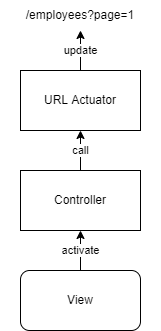
Above: .gitbook/assets/actuator_url_flow.drawio.png in Bernardo-MG/development-docs-architecture (draw.io), before the change. Source tidied: cells renumbered, new cells last; positions are measured from the earlier drawing's top-left corner, leaving out a move shared by most shapes.
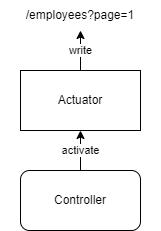
Above is the later version.

Diff of the diagram source:
```diff
@@ -2,19 +2,13 @@
   <root>
     <mxCell id="0" />
     <mxCell id="1" parent="0" />
-    <mxCell id="2" value="URL Actuator" style="rounded=0;whiteSpace=wrap;html=1;" parent="1" vertex="1">
+    <mxCell id="2" value="Actuator" style="rounded=0;whiteSpace=wrap;html=1;" parent="1" vertex="1">
       <mxGeometry x="20" y="70" width="120" height="60" as="geometry" />
     </mxCell>
     <mxCell id="3" value="/employees?page=1" style="text;html=1;strokeColor=none;fillColor=none;align=center;verticalAlign=middle;whiteSpace=wrap;rounded=0;" parent="1" vertex="1">
       <mxGeometry width="160" height="30" as="geometry" />
     </mxCell>
-    <mxCell id="4" value="View" style="rounded=1;whiteSpace=wrap;html=1;" parent="1" vertex="1">
-      <mxGeometry x="20" y="270" width="120" height="60" as="geometry" />
-    </mxCell>
-    <mxCell id="5" value="activate" style="endArrow=classic;html=1;rounded=0;edgeStyle=orthogonalEdgeStyle;entryX=0.5;entryY=1;entryDx=0;entryDy=0;" parent="1" edge="1" source="4" target="7">
-      <mxGeometry relative="1" as="geometry" />
-    </mxCell>
-    <mxCell id="6" value="update" style="endArrow=classic;html=1;rounded=0;edgeStyle=orthogonalEdgeStyle;" parent="1" edge="1" source="2" target="3">
+    <mxCell id="6" value="write" style="endArrow=classic;html=1;rounded=0;edgeStyle=orthogonalEdgeStyle;" parent="1" edge="1" source="2" target="3">
       <mxGeometry relative="1" as="geometry">
         <Array as="points">
           <mxPoint x="80" y="10" />
@@ -22,10 +16,10 @@
         </Array>
       </mxGeometry>
     </mxCell>
-    <mxCell id="7" value="Controller" style="rounded=0;whiteSpace=wrap;html=1;" parent="1" vertex="1">
+    <mxCell id="7" value="Controller" style="rounded=1;whiteSpace=wrap;html=1;" parent="1" vertex="1">
       <mxGeometry x="20" y="170" width="120" height="60" as="geometry" />
     </mxCell>
-    <mxCell id="8" value="call" style="endArrow=classic;html=1;rounded=0;edgeStyle=orthogonalEdgeStyle;entryX=0.5;entryY=1;entryDx=0;entryDy=0;exitX=0.5;exitY=0;exitDx=0;exitDy=0;" parent="1" edge="1" source="7" target="2">
+    <mxCell id="8" value="activate" style="endArrow=classic;html=1;rounded=0;edgeStyle=orthogonalEdgeStyle;entryX=0.5;entryY=1;entryDx=0;entryDy=0;exitX=0.5;exitY=0;exitDx=0;exitDy=0;" parent="1" edge="1" source="7" target="2">
       <mxGeometry relative="1" as="geometry" />
     </mxCell>
   </root>
```
